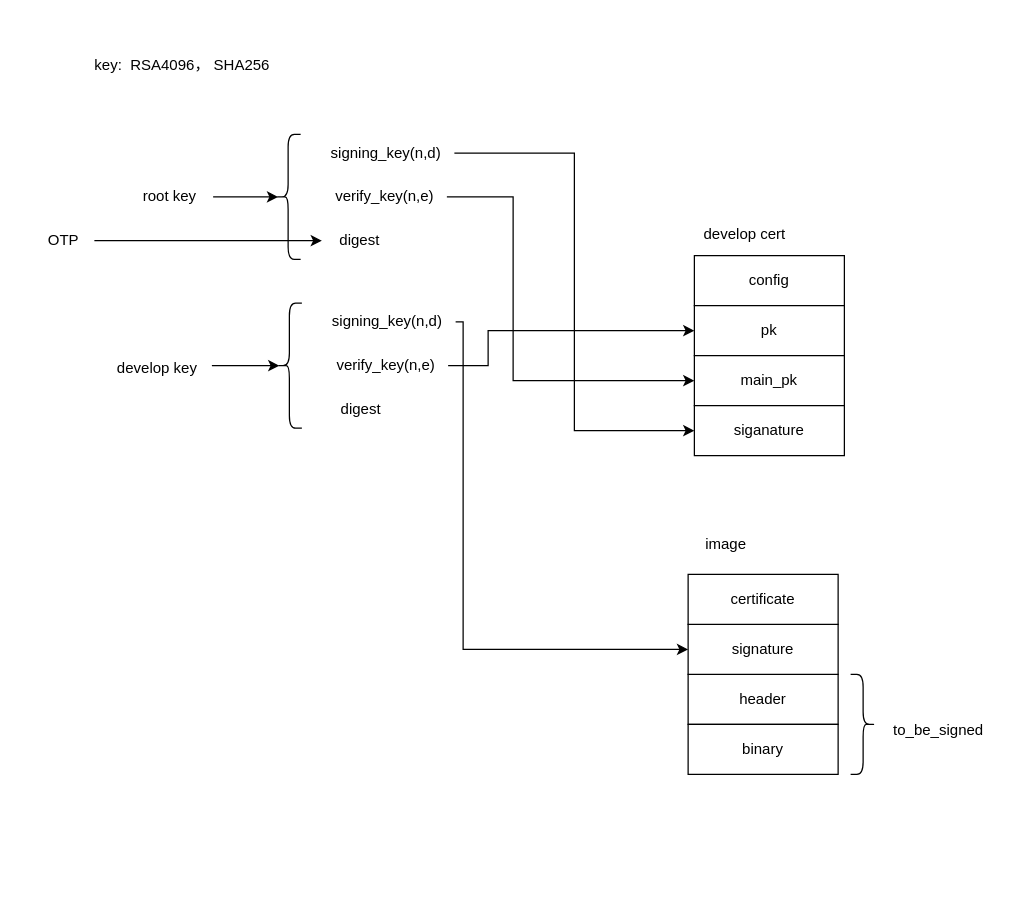
This is secure_boot.drawio from thomas-coding/drawio, a draw.io file, before an edit. Source tidied: cells renumbered, new cells numbered last; positions are measured from the earlier drawing's top-left corner, leaving out a move shared by most shapes. Both pictures are drawn from the tidied source at 125%, with x=0, y=0 at pixel (31, 46).
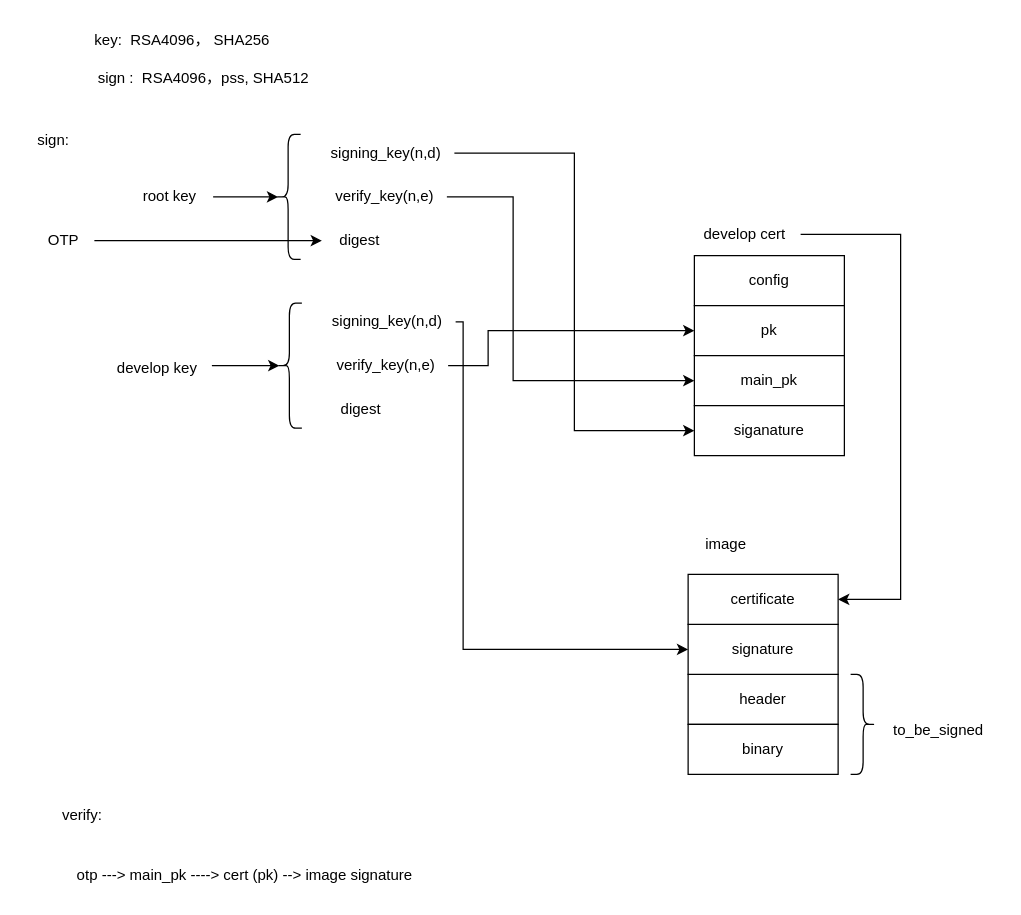
The same page after the edit.

Unchanged cells that the change refers to:
```xml
<mxCell id="23" value="develop cert" style="text;html=1;align=center;verticalAlign=middle;points=[];strokeColor=none;fillColor=none;" parent="1" vertex="1">
  <mxGeometry x="525" y="135" width="90" height="30" as="geometry" />
</mxCell>
<mxCell id="27" value="certificate" style="rounded=0;whiteSpace=wrap;html=1;" parent="1" vertex="1">
  <mxGeometry x="525" y="422" width="120" height="40" as="geometry" />
</mxCell>
```

The edit, as a diff of the source:
```diff
@@
     <mxCell id="4" value="key:&amp;nbsp; RSA4096， SHA256" style="text;html=1;align=center;verticalAlign=middle;strokeColor=none;fillColor=none;" parent="1" vertex="1">
-      <mxGeometry x="40" width="160" height="30" as="geometry" />
+      <mxGeometry x="40" y="-20" width="160" height="30" as="geometry" />
     </mxCell>
@@
+    <mxCell id="33" style="edgeStyle=orthogonalEdgeStyle;rounded=0;jettySize=auto;html=1;entryX=1;entryY=0.5;entryDx=0;entryDy=0;" parent="1" edge="1" source="23" target="27">
+      <mxGeometry relative="1" as="geometry">
+        <Array as="points">
+          <mxPoint x="695" y="150" />
+          <mxPoint x="695" y="442" />
+        </Array>
+      </mxGeometry>
+    </mxCell>
@@
+    <mxCell id="34" value="sign :&amp;nbsp; RSA4096，pss, SHA512" style="text;html=1;align=center;verticalAlign=middle;strokeColor=none;fillColor=none;" parent="1" vertex="1">
+      <mxGeometry x="42" y="10" width="190" height="30" as="geometry" />
+    </mxCell>
+    <mxCell id="35" value="sign:" style="text;html=1;align=center;verticalAlign=middle;strokeColor=none;fillColor=none;" parent="1" vertex="1">
+      <mxGeometry x="-8" y="60" width="50" height="30" as="geometry" />
+    </mxCell>
+    <mxCell id="36" value="verify:" style="text;html=1;align=center;verticalAlign=middle;strokeColor=none;fillColor=none;" parent="1" vertex="1">
+      <mxGeometry x="10" y="600" width="60" height="30" as="geometry" />
+    </mxCell>
+    <mxCell id="37" value="otp ---&amp;gt; main_pk ----&amp;gt; cert (pk) --&amp;gt; image signature" style="text;html=1;align=center;verticalAlign=middle;strokeColor=none;fillColor=none;" parent="1" vertex="1">
+      <mxGeometry x="25" y="648" width="290" height="30" as="geometry" />
+    </mxCell>
```
